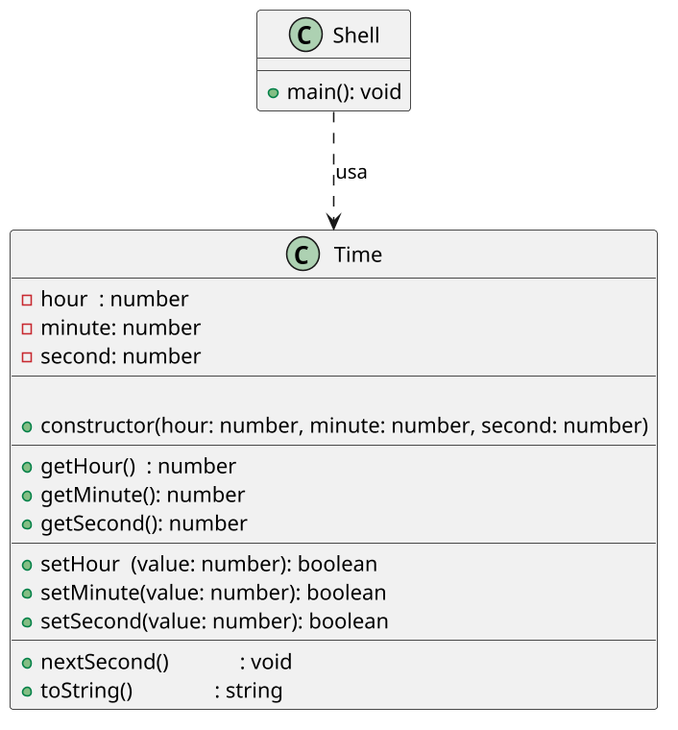
qxcodepoo/arcade keeps this PlantUML diagram as labs/relogio/assets/diagrama.png. Above is the earlier version. The source it was exported from:
```plantuml
@startuml

skinparam defaultFontName "Source Code Pro"
skinparam dpi 150


class Time {
  - hour  : number
  - minute: number
  - second: number
  __

  + constructor(hour: number, minute: number, second: number)
  __
  + getHour()  : number
  + getMinute(): number
  + getSecond(): number
  __
  + setHour  (value: number): boolean
  + setMinute(value: number): boolean
  + setSecond(value: number): boolean
  __
  + nextSecond()             : void
  + toString()               : string
}

class Shell {
  + main(): void
}

Shell ..> Time : usa

@enduml
```
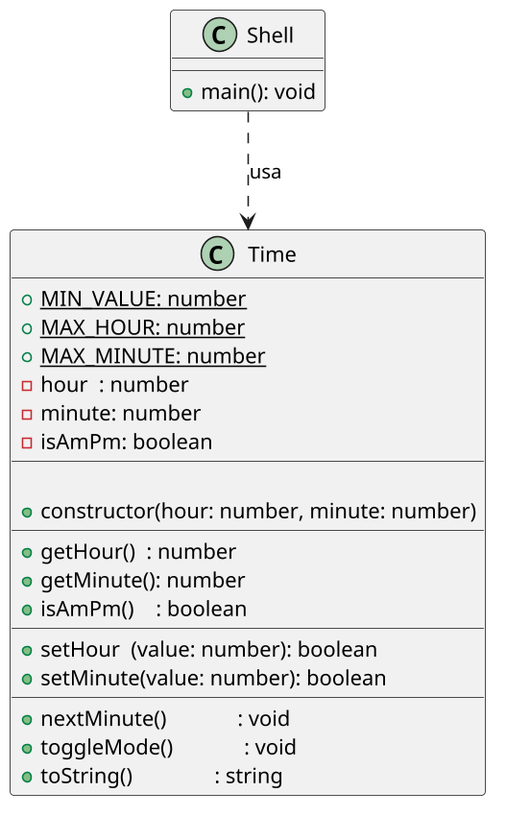
Later version of the same file.

Diff of the diagram source:
```diff
@@ -5,22 +5,25 @@
 
 
 class Time {
+  {static} + MIN_VALUE: number
+  {static} + MAX_HOUR: number
+  {static} + MAX_MINUTE: number
   - hour  : number
   - minute: number
-  - second: number
+  - isAmPm: boolean
   __
 
-  + constructor(hour: number, minute: number, second: number)
+  + constructor(hour: number, minute: number)
   __
   + getHour()  : number
   + getMinute(): number
-  + getSecond(): number
+  + isAmPm()    : boolean
   __
   + setHour  (value: number): boolean
   + setMinute(value: number): boolean
-  + setSecond(value: number): boolean
   __
-  + nextSecond()             : void
+  + nextMinute()             : void
+  + toggleMode()             : void
   + toString()               : string
 }
 
```
